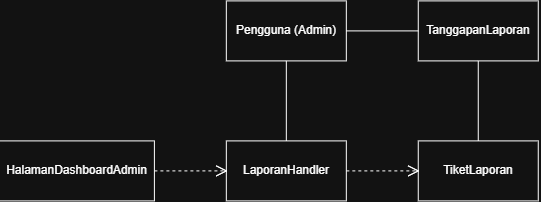
EdwTorch/IF2150-RPL-K01-G03 keeps this draw.io diagram as docs/M4/assets/diagram/UC15.png. Above is the earlier version. Source tidied: cells renumbered, new cells last; positions are measured from the earlier drawing's top-left corner, leaving out a move shared by most shapes.
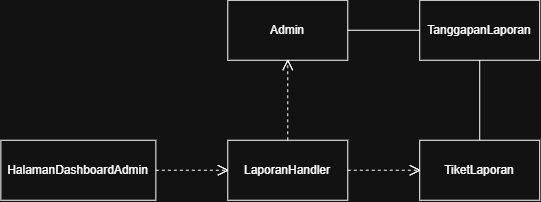
After the commit.

Commit message:
docs: revisi relasi

What changed in the source:
```diff
@@ -2,7 +2,7 @@
   <root>
     <mxCell id="0" />
     <mxCell id="1" parent="0" />
-    <mxCell id="2" value="Pengguna (Admin)" style="rounded=0;whiteSpace=wrap;html=1;" parent="1" vertex="1">
+    <mxCell id="2" value="Admin" style="rounded=0;whiteSpace=wrap;html=1;" parent="1" vertex="1">
       <mxGeometry x="226.9" width="120" height="60" as="geometry" />
     </mxCell>
     <mxCell id="3" value="HalamanDashboardAdmin" style="rounded=0;whiteSpace=wrap;html=1;" parent="1" vertex="1">
@@ -17,9 +17,6 @@
     <mxCell id="6" value="TanggapanLaporan" style="rounded=0;whiteSpace=wrap;html=1;" parent="1" vertex="1">
       <mxGeometry x="418.9" width="120" height="60" as="geometry" />
     </mxCell>
-    <mxCell id="7" style="endArrow=none;html=1;rounded=0;entryX=0.5;entryY=1;entryDx=0;entryDy=0;exitX=0.5;exitY=0;exitDx=0;exitDy=0;" parent="1" edge="1" source="4" target="2">
-      <mxGeometry relative="1" as="geometry" />
-    </mxCell>
     <mxCell id="8" style="endArrow=none;dashed=1;html=1;rounded=0;entryX=0;entryY=0.5;entryDx=0;entryDy=0;exitX=1;exitY=0.5;exitDx=0;exitDy=0;" parent="1" edge="1">
       <mxGeometry relative="1" as="geometry">
         <mxPoint x="155" y="170" as="sourcePoint" />
@@ -44,5 +41,11 @@
     <mxCell id="13" style="endArrow=none;html=1;rounded=0;entryX=0.5;entryY=1;entryDx=0;entryDy=0;exitX=0.5;exitY=0;exitDx=0;exitDy=0;" parent="1" edge="1" source="5" target="6">
       <mxGeometry relative="1" as="geometry" />
     </mxCell>
+    <mxCell id="14" style="shape=step;perimeter=stepPerimeter;whiteSpace=wrap;html=1;shapeInside=1;fixedSize=1;rotation=-90;" parent="1" vertex="1">
+      <mxGeometry x="281.9" y="60" width="10" height="10" as="geometry" />
+    </mxCell>
+    <mxCell id="7" style="endArrow=none;dashed=1;html=1;rounded=0;entryX=0.5;entryY=1;entryDx=0;entryDy=0;exitX=0.5;exitY=0;exitDx=0;exitDy=0;" parent="1" edge="1" source="4" target="2">
+      <mxGeometry relative="1" as="geometry" />
+    </mxCell>
   </root>
 </mxGraphModel>
```
